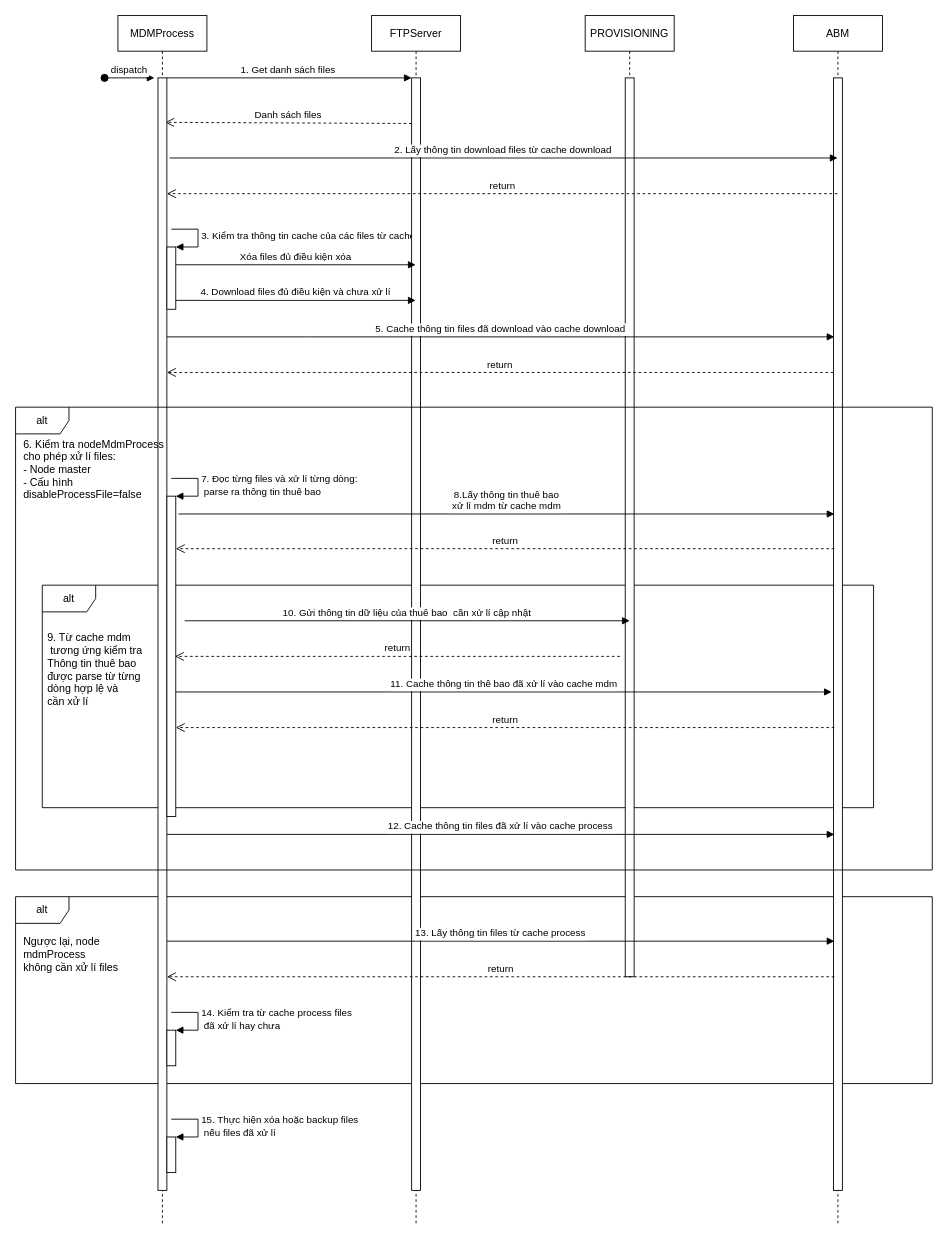
ndhcoder/my-configs keeps this draw.io diagram as Untitled Diagram.drawio. Above is the earlier version. Source tidied: cells renumbered, new cells numbered last; positions are measured from the earlier drawing's top-left corner, leaving out a move shared by most shapes. Both pictures are drawn from the tidied source at 89%, with x=0, y=0 at pixel (15, 15).
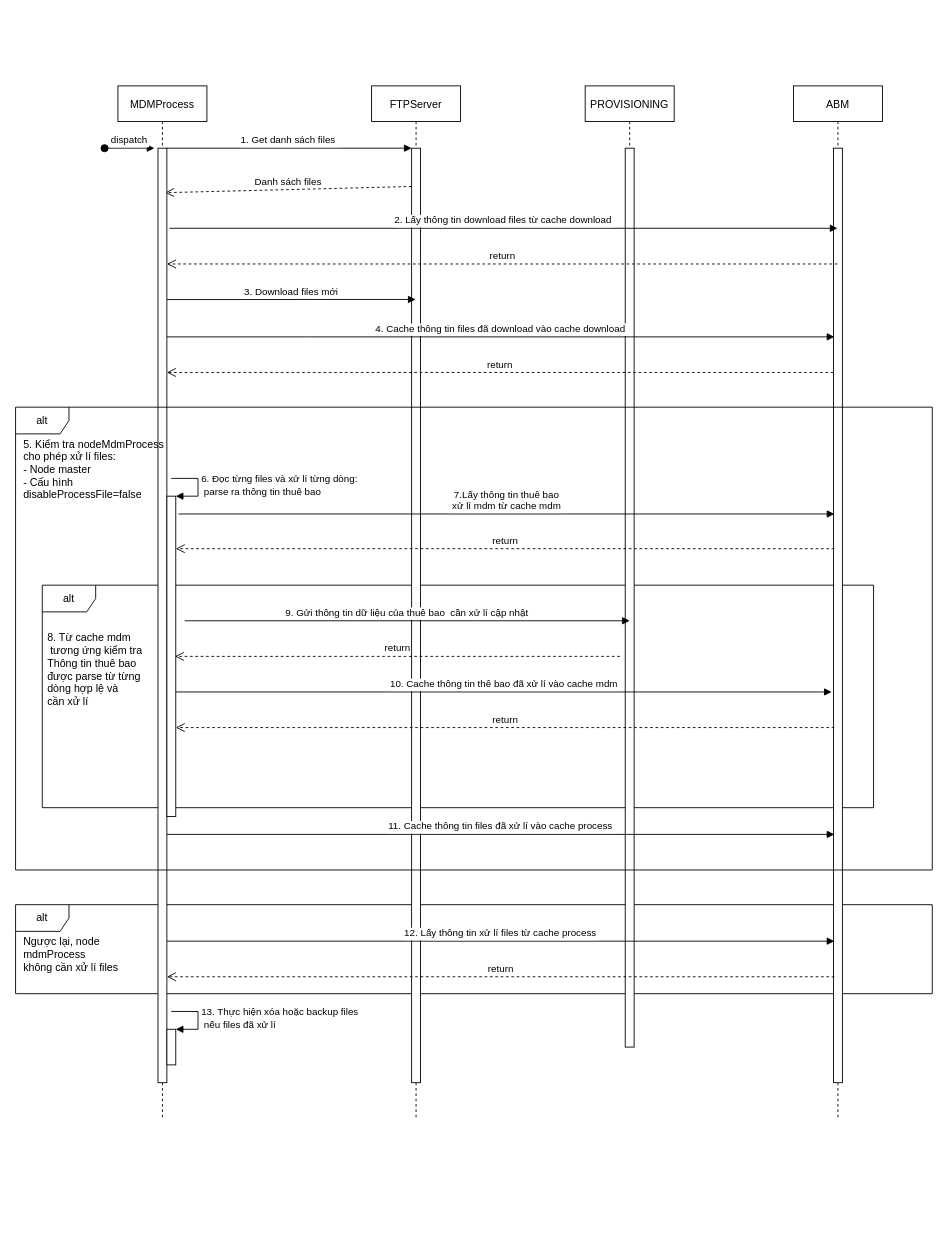
The same page after the edit.

Unchanged cells that the change refers to:
```xml
<mxCell id="29" style="html=1;points=[];perimeter=orthogonalPerimeter;" parent="1" vertex="1">
  <mxGeometry x="170" y="540" width="10" height="360" as="geometry" />
</mxCell>
```

Change to the diagram source:
```diff
@@
     <mxCell id="2" value="alt" style="shape=umlFrame;whiteSpace=wrap;html=1;" parent="1" vertex="1">
-      <mxGeometry y="990" width="1030" height="210" as="geometry" />
+      <mxGeometry y="999" width="1030" height="100" as="geometry" />
     </mxCell>
@@
     <mxCell id="4" value="MDMProcess" style="shape=umlLifeline;perimeter=lifelinePerimeter;rounded=0;shadow=0;strokeWidth=1;" parent="1" vertex="1">
-      <mxGeometry x="115" width="100" height="1360" as="geometry" />
+      <mxGeometry x="115" y="79" width="100" height="1160" as="geometry" />
     </mxCell>
@@
     <mxCell id="7" style="points=[];perimeter=orthogonalPerimeter;rounded=0;shadow=0;strokeWidth=1;" parent="4" vertex="1">
-      <mxGeometry x="45" y="70" width="10" height="1250" as="geometry" />
+      <mxGeometry x="45" y="70" width="10" height="1050" as="geometry" />
     </mxCell>
-    <mxCell id="8" style="html=1;points=[];perimeter=orthogonalPerimeter;" parent="4" vertex="1">
-      <mxGeometry x="55" y="260" width="10" height="70" as="geometry" />
-    </mxCell>
-    <mxCell id="9" value="3. Kiểm tra thông tin cache của các files từ cache" style="edgeStyle=orthogonalEdgeStyle;html=1;align=left;spacingLeft=2;endArrow=block;rounded=0;entryX=1;entryY=0;" parent="4" edge="1" target="8">
-      <mxGeometry relative="1" as="geometry">
-        <mxPoint x="60" y="240" as="sourcePoint" />
-        <Array as="points">
-          <mxPoint x="90" y="240" />
-        </Array>
-      </mxGeometry>
-    </mxCell>
-    <mxCell id="10" style="html=1;points=[];perimeter=orthogonalPerimeter;" parent="4" vertex="1">
-      <mxGeometry x="55" y="1140" width="10" height="40" as="geometry" />
-    </mxCell>
-    <mxCell id="11" value="14. Kiểm tra từ cache process files&lt;br&gt;&amp;nbsp;đã xử lí hay chưa" style="edgeStyle=orthogonalEdgeStyle;html=1;align=left;spacingLeft=2;endArrow=block;rounded=0;entryX=1;entryY=0;" parent="4" edge="1" target="10">
-      <mxGeometry relative="1" as="geometry">
-        <mxPoint x="60" y="1120" as="sourcePoint" />
-        <Array as="points">
-          <mxPoint x="90" y="1120" />
-        </Array>
-      </mxGeometry>
-    </mxCell>
     <mxCell id="12" style="html=1;points=[];perimeter=orthogonalPerimeter;" parent="4" vertex="1">
-      <mxGeometry x="55" y="1260" width="10" height="40" as="geometry" />
+      <mxGeometry x="55" y="1060" width="10" height="40" as="geometry" />
     </mxCell>
-    <mxCell id="13" value="15. Thực hiện xóa hoặc backup files&lt;br&gt;&amp;nbsp;nếu files đã xử lí" style="edgeStyle=orthogonalEdgeStyle;html=1;align=left;spacingLeft=2;endArrow=block;rounded=0;entryX=1;entryY=0;" parent="4" edge="1" target="12">
+    <mxCell id="13" value="13. Thực hiện xóa hoặc backup files&lt;br&gt;&amp;nbsp;nếu files đã xử lí" style="edgeStyle=orthogonalEdgeStyle;html=1;align=left;spacingLeft=2;endArrow=block;rounded=0;entryX=1;entryY=0;" parent="4" edge="1" target="12">
       <mxGeometry relative="1" as="geometry">
-        <mxPoint x="60" y="1240" as="sourcePoint" />
+        <mxPoint x="60" y="1040" as="sourcePoint" />
         <Array as="points">
-          <mxPoint x="90" y="1240" />
+          <mxPoint x="90" y="1040" />
         </Array>
       </mxGeometry>
     </mxCell>
     <mxCell id="14" value="FTPServer" style="shape=umlLifeline;perimeter=lifelinePerimeter;rounded=0;shadow=0;strokeWidth=1;" parent="1" vertex="1">
-      <mxGeometry x="400" width="100" height="1360" as="geometry" />
+      <mxGeometry x="400" y="79" width="100" height="1160" as="geometry" />
     </mxCell>
     <mxCell id="15" style="points=[];perimeter=orthogonalPerimeter;rounded=0;shadow=0;strokeWidth=1;" parent="14" vertex="1">
-      <mxGeometry x="45" y="70" width="10" height="1250" as="geometry" />
+      <mxGeometry x="45" y="70" width="10" height="1050" as="geometry" />
     </mxCell>
@@
     <mxCell id="17" value="PROVISIONING" style="shape=umlLifeline;perimeter=lifelinePerimeter;rounded=0;shadow=0;strokeWidth=1;" parent="1" vertex="1">
-      <mxGeometry x="640" width="100" height="1080" as="geometry" />
+      <mxGeometry x="640" y="79" width="100" height="1080" as="geometry" />
     </mxCell>
@@
     <mxCell id="19" value="ABM" style="shape=umlLifeline;perimeter=lifelinePerimeter;rounded=0;shadow=0;strokeWidth=1;" parent="1" vertex="1">
-      <mxGeometry x="874" width="100" height="1360" as="geometry" />
+      <mxGeometry x="874" y="79" width="100" height="1160" as="geometry" />
     </mxCell>
     <mxCell id="20" style="perimeter=orthogonalPerimeter;rounded=0;shadow=0;strokeWidth=1;" parent="19" vertex="1">
-      <mxGeometry x="45" y="70" width="10" height="1250" as="geometry" />
+      <mxGeometry x="45" y="70" width="10" height="1050" as="geometry" />
     </mxCell>
     <mxCell id="21" value="2. Lấy thông tin download files từ cache download" style="verticalAlign=bottom;endArrow=block;shadow=0;strokeWidth=1;" parent="1" edge="1" target="19">
       <mxGeometry relative="1" as="geometry">
-        <mxPoint x="173" y="160" as="sourcePoint" />
+        <mxPoint x="173" y="239" as="sourcePoint" />
       </mxGeometry>
     </mxCell>
-    <mxCell id="22" value="5. Cache thông tin files đã download vào cache download" style="verticalAlign=bottom;endArrow=block;shadow=0;strokeWidth=1;" parent="1" edge="1">
+    <mxCell id="22" value="4. Cache thông tin files đã download vào cache download" style="verticalAlign=bottom;endArrow=block;shadow=0;strokeWidth=1;" parent="1" edge="1">
       <mxGeometry relative="1" as="geometry">
         <mxPoint x="170" y="361" as="sourcePoint" />
         <mxPoint x="920" y="361" as="targetPoint" />
         <Array as="points">
           <mxPoint x="340" y="361" />
         </Array>
       </mxGeometry>
     </mxCell>
@@
-    <mxCell id="25" value="6. Kiểm tra nodeMdmProcess&amp;nbsp;&lt;br&gt;cho phép xử lí files:&amp;nbsp;&lt;br&gt;- Node master&lt;br&gt;- Cấu hình &lt;br&gt;disableProcessFile=false" style="text;html=1;align=left;verticalAlign=middle;strokeColor=none;fillColor=none;" parent="1" vertex="1">
+    <mxCell id="25" value="5. Kiểm tra nodeMdmProcess&amp;nbsp;&lt;br&gt;cho phép xử lí files:&amp;nbsp;&lt;br&gt;- Node master&lt;br&gt;- Cấu hình &lt;br&gt;disableProcessFile=false" style="text;html=1;align=left;verticalAlign=middle;strokeColor=none;fillColor=none;" parent="1" vertex="1">
       <mxGeometry x="7" y="470" width="180" height="80" as="geometry" />
     </mxCell>
     <mxCell id="26" value="return" style="html=1;verticalAlign=bottom;endArrow=open;dashed=1;endSize=8;rounded=0;" parent="1" edge="1" source="19">
       <mxGeometry relative="1" as="geometry">
-        <mxPoint x="170" y="200.1" as="targetPoint" />
+        <mxPoint x="170" y="279.1" as="targetPoint" />
       </mxGeometry>
     </mxCell>
-    <mxCell id="27" value="4. Download files đủ điều kiện và chưa xử lí" style="verticalAlign=bottom;endArrow=block;shadow=0;strokeWidth=1;" parent="1" edge="1">
+    <mxCell id="27" value="3. Download files mới" style="verticalAlign=bottom;endArrow=block;shadow=0;strokeWidth=1;exitX=1;exitY=0.162;exitDx=0;exitDy=0;exitPerimeter=0;" parent="1" edge="1" source="7">
       <mxGeometry relative="1" as="geometry">
-        <mxPoint x="180" y="320" as="sourcePoint" />
-        <mxPoint x="449.5" y="320" as="targetPoint" />
+        <mxPoint x="449.5" y="319" as="targetPoint" />
         <Array as="points">
-          <mxPoint x="350" y="320" />
+          <mxPoint x="350" y="319" />
         </Array>
       </mxGeometry>
     </mxCell>
-    <mxCell id="28" value="Xóa files đủ điều kiện xóa" style="verticalAlign=bottom;endArrow=block;shadow=0;strokeWidth=1;" parent="1" edge="1">
-      <mxGeometry relative="1" as="geometry">
-        <mxPoint x="180" y="280" as="sourcePoint" />
-        <mxPoint x="449.5" y="280" as="targetPoint" />
-        <Array as="points">
-          <mxPoint x="350" y="280" />
-        </Array>
-      </mxGeometry>
-    </mxCell>
@@
-    <mxCell id="30" value="7. Đọc từng files và xử lí từng dòng:&lt;br&gt;&amp;nbsp;parse ra thông tin thuê bao&amp;nbsp;" style="edgeStyle=orthogonalEdgeStyle;html=1;align=left;spacingLeft=2;endArrow=block;rounded=0;entryX=1;entryY=0;" parent="1" edge="1" target="29">
+    <mxCell id="30" value="6. Đọc từng files và xử lí từng dòng:&lt;br&gt;&amp;nbsp;parse ra thông tin thuê bao&amp;nbsp;" style="edgeStyle=orthogonalEdgeStyle;html=1;align=left;spacingLeft=2;endArrow=block;rounded=0;entryX=1;entryY=0;" parent="1" edge="1" target="29">
       <mxGeometry relative="1" as="geometry">
         <mxPoint x="175" y="520" as="sourcePoint" />
         <Array as="points">
           <mxPoint x="205" y="520" />
         </Array>
       </mxGeometry>
     </mxCell>
-    <mxCell id="31" value="8.Lấy thông tin thuê bao &#10;xử lí mdm từ cache mdm" style="verticalAlign=bottom;endArrow=block;shadow=0;strokeWidth=1;" parent="1" edge="1">
+    <mxCell id="31" value="7.Lấy thông tin thuê bao &#10;xử lí mdm từ cache mdm" style="verticalAlign=bottom;endArrow=block;shadow=0;strokeWidth=1;" parent="1" edge="1">
       <mxGeometry relative="1" as="geometry">
         <mxPoint x="183" y="560" as="sourcePoint" />
         <mxPoint x="920" y="560" as="targetPoint" />
       </mxGeometry>
     </mxCell>
@@
-    <mxCell id="33" value="10. Gửi thông tin dữ liệu của thuê bao  cần xử lí cập nhật" style="verticalAlign=bottom;endArrow=block;shadow=0;strokeWidth=1;" parent="1" edge="1">
+    <mxCell id="33" value="9. Gửi thông tin dữ liệu của thuê bao  cần xử lí cập nhật" style="verticalAlign=bottom;endArrow=block;shadow=0;strokeWidth=1;" parent="1" edge="1">
       <mxGeometry relative="1" as="geometry">
         <mxPoint x="190" y="680" as="sourcePoint" />
         <mxPoint x="690" y="680" as="targetPoint" />
         <Array as="points">
           <mxPoint x="370" y="680" />
           <mxPoint x="530" y="680" />
         </Array>
       </mxGeometry>
     </mxCell>
@@
-    <mxCell id="36" value="9. Từ cache mdm&lt;br&gt;&amp;nbsp;tương ứng kiểm tra&lt;br&gt;Thông tin thuê bao &lt;br&gt;được parse từ từng&amp;nbsp;&lt;br&gt;dòng hợp lệ và &lt;br&gt;cần xử lí" style="text;html=1;align=left;verticalAlign=middle;strokeColor=none;fillColor=none;" parent="1" vertex="1">
+    <mxCell id="36" value="8. Từ cache mdm&lt;br&gt;&amp;nbsp;tương ứng kiểm tra&lt;br&gt;Thông tin thuê bao &lt;br&gt;được parse từ từng&amp;nbsp;&lt;br&gt;dòng hợp lệ và &lt;br&gt;cần xử lí" style="text;html=1;align=left;verticalAlign=middle;strokeColor=none;fillColor=none;" parent="1" vertex="1">
       <mxGeometry x="34" y="690" width="120" height="90" as="geometry" />
     </mxCell>
-    <mxCell id="37" value="11. Cache thông tin thê bao đã xử lí vào cache mdm" style="verticalAlign=bottom;endArrow=block;shadow=0;strokeWidth=1;" parent="1" edge="1">
+    <mxCell id="37" value="10. Cache thông tin thê bao đã xử lí vào cache mdm" style="verticalAlign=bottom;endArrow=block;shadow=0;strokeWidth=1;" parent="1" edge="1">
       <mxGeometry relative="1" as="geometry">
         <mxPoint x="180" y="760" as="sourcePoint" />
         <mxPoint x="917" y="760" as="targetPoint" />
       </mxGeometry>
     </mxCell>
-    <mxCell id="38" value="12. Cache thông tin files đã xử lí vào cache process" style="verticalAlign=bottom;endArrow=block;shadow=0;strokeWidth=1;" parent="1" edge="1">
+    <mxCell id="38" value="11. Cache thông tin files đã xử lí vào cache process" style="verticalAlign=bottom;endArrow=block;shadow=0;strokeWidth=1;" parent="1" edge="1">
       <mxGeometry relative="1" as="geometry">
         <mxPoint x="170" y="920" as="sourcePoint" />
         <mxPoint x="920" y="920" as="targetPoint" />
       </mxGeometry>
     </mxCell>
@@
-    <mxCell id="40" value="13. Lấy thông tin files từ cache process" style="verticalAlign=bottom;endArrow=block;shadow=0;strokeWidth=1;" parent="1" edge="1">
+    <mxCell id="40" value="12. Lấy thông tin xử lí files từ cache process" style="verticalAlign=bottom;endArrow=block;shadow=0;strokeWidth=1;" parent="1" edge="1">
       <mxGeometry relative="1" as="geometry">
         <mxPoint x="170" y="1040" as="sourcePoint" />
         <mxPoint x="920" y="1040" as="targetPoint" />
       </mxGeometry>
     </mxCell>
```
